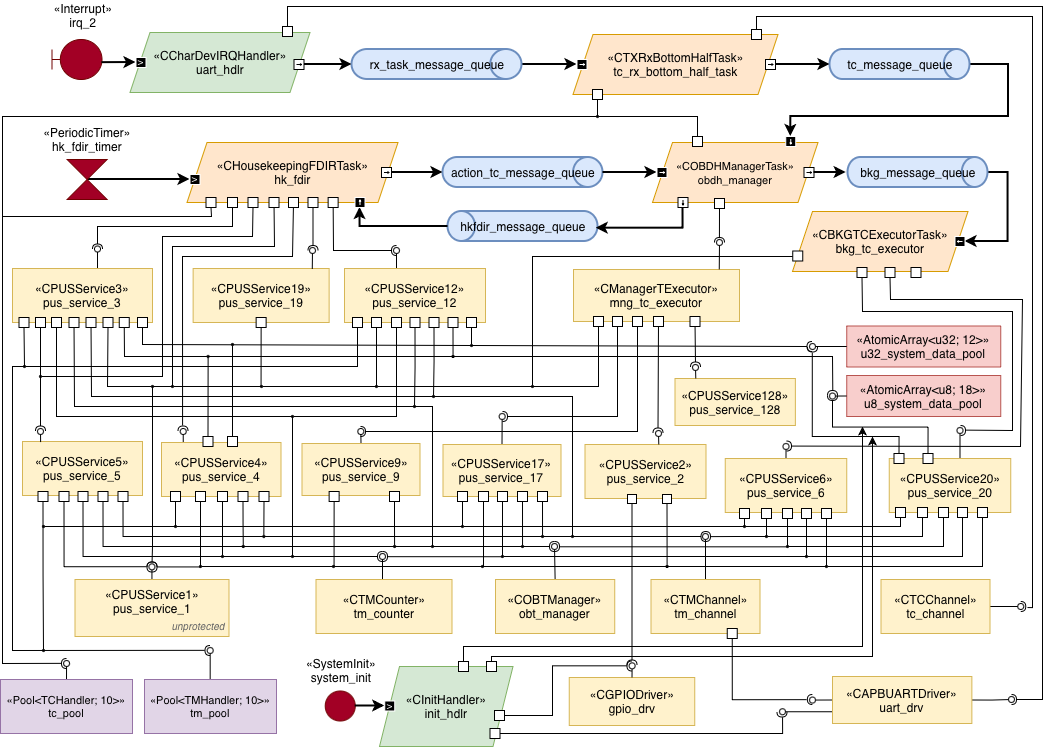
Before: docs/images/architecture_diagram.png, a diagram exported from draw.io (termina-lang/obdh-asw-termina). Source tidied: cells renumbered, new cells last; positions are measured from the earlier drawing's top-left corner, leaving out a move shared by most shapes.
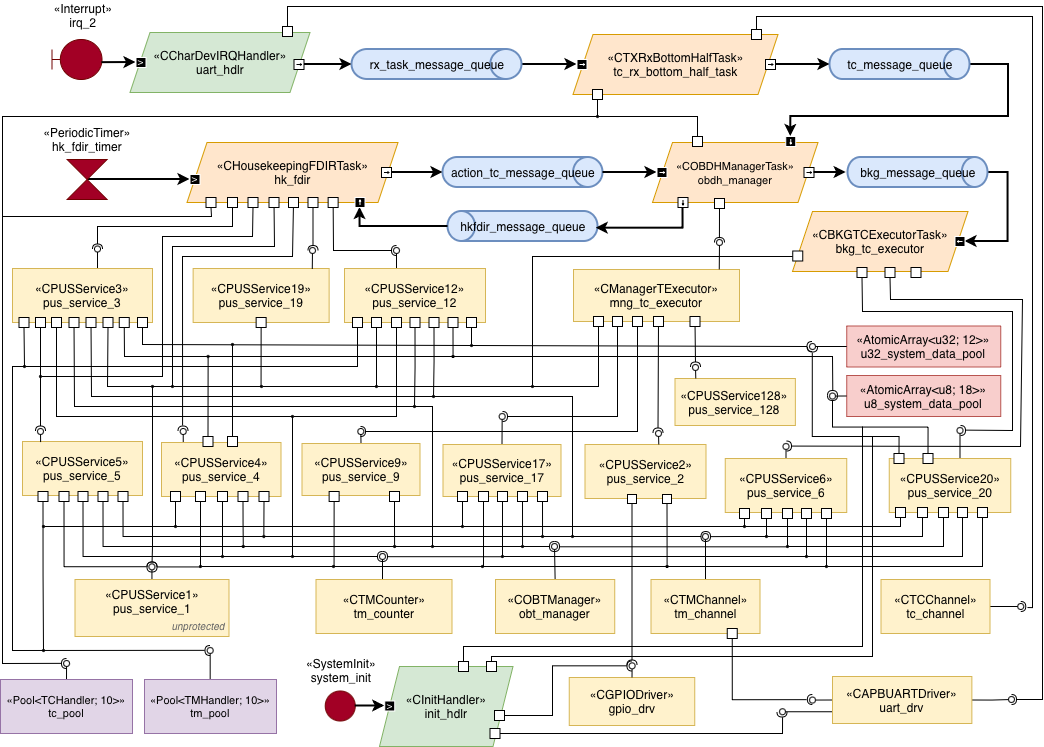
After the change.

What changed in the source:
```diff
@@ -1151,7 +1151,7 @@
     <mxCell id="265" value="&amp;gt;" style="html=1;fontSize=9;spacing=0;spacingBottom=2;spacingLeft=-1;fillColor=#000000;fontColor=#FFFFFF;strokeColor=#FFFFFF;" parent="1" vertex="1">
       <mxGeometry x="384.2" y="700.5" width="10" height="10" as="geometry" />
     </mxCell>
-    <mxCell id="266" style="edgeStyle=orthogonalEdgeStyle;rounded=0;jettySize=auto;html=1;exitX=0.5;exitY=0;exitDx=0;exitDy=0;" parent="1" edge="1" source="267">
+    <mxCell id="266" style="edgeStyle=orthogonalEdgeStyle;rounded=0;jettySize=auto;html=1;exitX=0.5;exitY=0;exitDx=0;exitDy=0;endArrow=none;endFill=0;" parent="1" edge="1" source="267">
       <mxGeometry relative="1" as="geometry">
         <mxPoint x="862" y="426" as="targetPoint" />
         <Array as="points">
@@ -1163,7 +1163,7 @@
     <mxCell id="267" style="html=1;rounded=0;" parent="1" vertex="1">
       <mxGeometry x="458" y="661" width="10" height="10" as="geometry" />
     </mxCell>
-    <mxCell id="268" style="edgeStyle=orthogonalEdgeStyle;rounded=0;jettySize=auto;html=1;exitX=0.5;exitY=0;exitDx=0;exitDy=0;" parent="1" edge="1" source="269">
+    <mxCell id="268" style="edgeStyle=orthogonalEdgeStyle;rounded=0;jettySize=auto;html=1;exitX=0.5;exitY=0;exitDx=0;exitDy=0;endArrow=none;endFill=0;" parent="1" edge="1" source="269">
       <mxGeometry relative="1" as="geometry">
         <mxPoint x="872" y="436" as="targetPoint" />
         <Array as="points">
```
